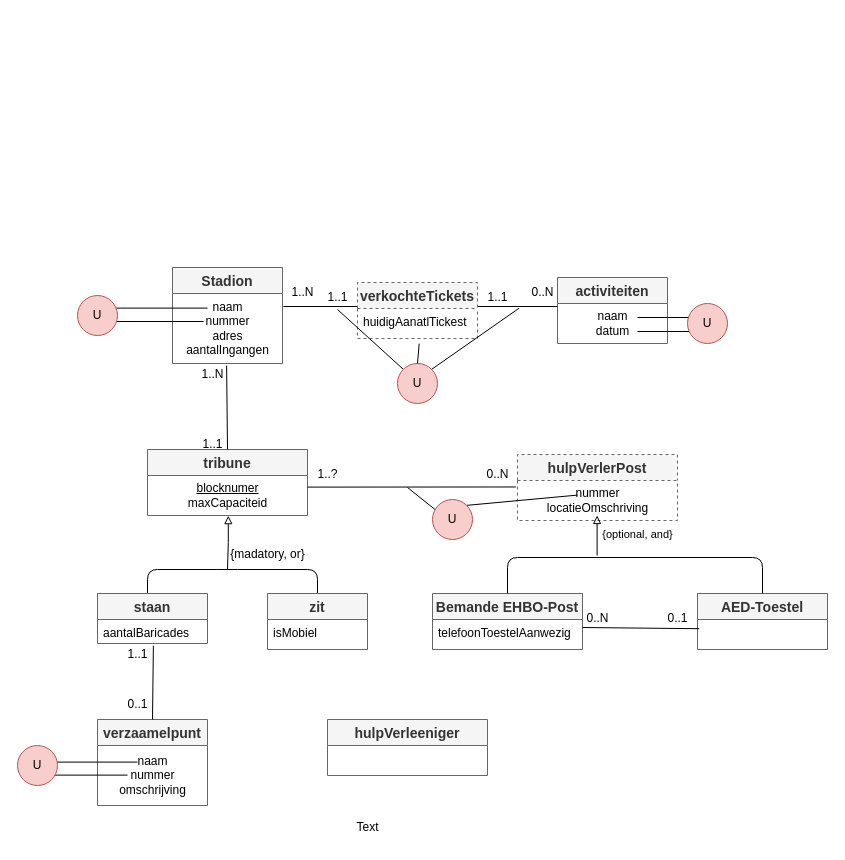
Earlier version of the draw.io diagram Databases/voorbeeld.drawio (RuneEerdekens/HoGent). Source tidied: cells renumbered, new cells numbered last; positions are measured from the earlier drawing's top-left corner, leaving out a move shared by most shapes. Both pictures are drawn from the tidied source at 100%, with x=0, y=0 at pixel (17, 267).
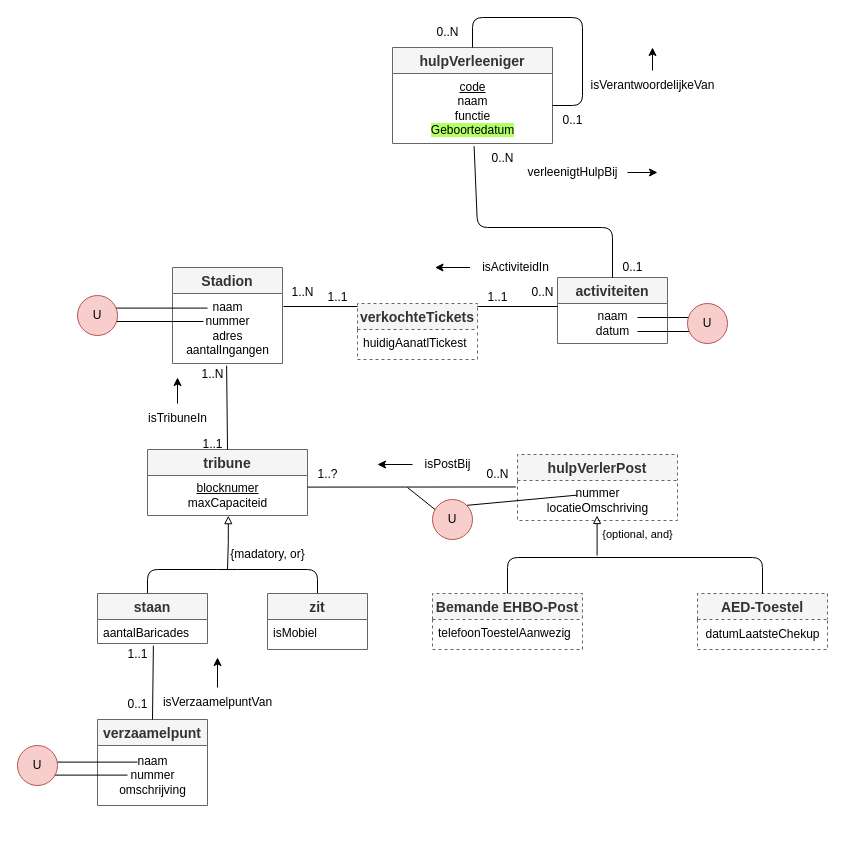
The same diagram, later.

Unchanged cells that the change refers to:
```xml
<mxCell id="6" value="activiteiten" style="swimlane;fontStyle=1;horizontal=1;startSize=26;align=center;fontSize=14;strokeColor=#666666;fillColor=#f5f5f5;fontColor=#333333;" parent="1" vertex="1">
  <mxGeometry x="540" y="10" width="110" height="66" as="geometry" />
</mxCell>
<mxCell id="30" value="0..N" style="text;html=1;align=center;verticalAlign=middle;points=[];strokeColor=none;fillColor=none;" parent="1" vertex="1">
  <mxGeometry x="500" y="10" width="50" height="30" as="geometry" />
</mxCell>
<mxCell id="32" value="huidigAanatlTickest" style="text;strokeColor=none;fillColor=none;spacingLeft=4;spacingRight=4;overflow=hidden;points=[[0,0.5],[1,0.5]];portConstraint=eastwest;fontSize=12;" parent="31" vertex="1">
  <mxGeometry y="26" width="120" height="30" as="geometry" />
</mxCell>
```

Change to the diagram source:
```diff
@@
     <mxCell id="31" value="verkochteTickets" style="swimlane;fontStyle=1;horizontal=1;startSize=26;align=center;fontSize=14;strokeColor=#666666;fillColor=#f5f5f5;fontColor=#333333;dashed=1;" parent="1" vertex="1">
-      <mxGeometry x="340" y="15" width="120" height="56" as="geometry" />
+      <mxGeometry x="340" y="36" width="120" height="56" as="geometry" />
     </mxCell>
@@
-    <mxCell id="33" style="edgeStyle=none;jettySize=auto;html=1;endArrow=none;endFill=0;entryX=0;entryY=0;entryDx=0;entryDy=0;" parent="1" edge="1" target="35">
-      <mxGeometry relative="1" as="geometry">
-        <mxPoint x="320" y="42" as="sourcePoint" />
-      </mxGeometry>
-    </mxCell>
-    <mxCell id="34" style="edgeStyle=none;jettySize=auto;html=1;endArrow=none;endFill=0;entryX=0.033;entryY=1.022;entryDx=0;entryDy=0;entryPerimeter=0;exitX=1;exitY=0;exitDx=0;exitDy=0;" parent="1" edge="1" source="35" target="30">
-      <mxGeometry relative="1" as="geometry" />
-    </mxCell>
-    <mxCell id="35" value="U" style="ellipse;whiteSpace=wrap;html=1;strokeColor=#b85450;fillColor=#f8cecc;" parent="1" vertex="1">
-      <mxGeometry x="380" y="96" width="40" height="40" as="geometry" />
-    </mxCell>
@@
-    <mxCell id="45" style="edgeStyle=none;jettySize=auto;html=1;endArrow=none;endFill=0;exitX=0.5;exitY=0;exitDx=0;exitDy=0;entryX=0.514;entryY=1.172;entryDx=0;entryDy=0;entryPerimeter=0;" parent="1" edge="1" source="35" target="32">
-      <mxGeometry relative="1" as="geometry" />
-    </mxCell>
-    <mxCell id="46" value="Bemande EHBO-Post" style="swimlane;fontStyle=1;horizontal=1;startSize=26;align=center;fontSize=14;strokeColor=#666666;fillColor=#f5f5f5;fontColor=#333333;" parent="1" vertex="1">
+    <mxCell id="46" value="Bemande EHBO-Post" style="swimlane;fontStyle=1;horizontal=1;startSize=26;align=center;fontSize=14;strokeColor=#666666;fillColor=#f5f5f5;fontColor=#333333;dashed=1;" parent="1" vertex="1">
       <mxGeometry x="415" y="326" width="150" height="56" as="geometry" />
     </mxCell>
@@
-    <mxCell id="48" value="AED-Toestel" style="swimlane;fontStyle=1;horizontal=1;startSize=26;align=center;fontSize=14;strokeColor=#666666;fillColor=#f5f5f5;fontColor=#333333;" parent="1" vertex="1">
+    <mxCell id="48" value="AED-Toestel" style="swimlane;fontStyle=1;horizontal=1;startSize=26;align=center;fontSize=14;strokeColor=#666666;fillColor=#f5f5f5;fontColor=#333333;dashed=1;" parent="1" vertex="1">
       <mxGeometry x="680" y="326" width="130" height="56" as="geometry" />
     </mxCell>
+    <mxCell id="62" value="datumLaatsteChekup" style="text;html=1;align=center;verticalAlign=middle;strokeColor=none;fillColor=none;" parent="48" vertex="1">
+      <mxGeometry y="26" width="130" height="30" as="geometry" />
+    </mxCell>
@@
-    <mxCell id="57" style="edgeStyle=none;orthogonalLoop=1;jettySize=auto;html=1;endArrow=none;endFill=0;entryX=0.013;entryY=0.306;entryDx=0;entryDy=0;entryPerimeter=0;" parent="1" edge="1">
-      <mxGeometry relative="1" as="geometry">
-        <mxPoint x="565" y="360" as="sourcePoint" />
-        <mxPoint x="681.7" y="361.2" as="targetPoint" />
-      </mxGeometry>
-    </mxCell>
-    <mxCell id="58" value="0..N" style="text;html=1;align=center;verticalAlign=middle;strokeColor=none;fillColor=none;" parent="1" vertex="1">
-      <mxGeometry x="555" y="336" width="50" height="30" as="geometry" />
-    </mxCell>
-    <mxCell id="59" value="0..1" style="text;html=1;align=center;verticalAlign=middle;strokeColor=none;fillColor=none;" parent="1" vertex="1">
-      <mxGeometry x="640" y="336" width="40" height="30" as="geometry" />
-    </mxCell>
     <mxCell id="60" value="hulpVerleeniger" style="swimlane;fontStyle=1;horizontal=1;startSize=26;align=center;fontSize=14;strokeColor=#666666;fillColor=#f5f5f5;fontColor=#333333;" parent="1" vertex="1">
-      <mxGeometry x="310" y="452" width="160" height="56" as="geometry" />
+      <mxGeometry x="375" y="-220" width="160" height="96" as="geometry" />
     </mxCell>
-    <mxCell id="61" value="Text" style="text;html=1;align=center;verticalAlign=middle;points=[];strokeColor=none;fillColor=none;" parent="1" vertex="1">
-      <mxGeometry x="325" y="545" width="50" height="30" as="geometry" />
+    <mxCell id="61" value="&lt;u&gt;code&lt;br&gt;&lt;/u&gt;naam&lt;br&gt;functie&lt;br&gt;&lt;span style=&quot;background-color: rgb(179, 255, 102);&quot;&gt;Geboortedatum&lt;/span&gt;" style="text;html=1;align=center;verticalAlign=middle;points=[];strokeColor=none;fillColor=none;" parent="60" vertex="1">
+      <mxGeometry y="26" width="160" height="70" as="geometry" />
     </mxCell>
+    <mxCell id="63" style="edgeStyle=none;jettySize=auto;html=1;endArrow=none;endFill=0;entryX=0.5;entryY=0;entryDx=0;entryDy=0;" parent="1" edge="1" target="60">
+      <mxGeometry relative="1" as="geometry">
+        <mxPoint x="535" y="-162" as="sourcePoint" />
+        <Array as="points">
+          <mxPoint x="565" y="-162" />
+          <mxPoint x="565" y="-250" />
+          <mxPoint x="455" y="-250" />
+        </Array>
+      </mxGeometry>
+    </mxCell>
+    <mxCell id="64" value="0..1" style="text;html=1;align=center;verticalAlign=middle;strokeColor=none;fillColor=none;" parent="1" vertex="1">
+      <mxGeometry x="535" y="-162" width="40" height="30" as="geometry" />
+    </mxCell>
+    <mxCell id="65" style="edgeStyle=none;html=1;endArrow=classic;endFill=1;" parent="1" edge="1" source="66">
+      <mxGeometry relative="1" as="geometry">
+        <mxPoint x="635" y="-220" as="targetPoint" />
+      </mxGeometry>
+    </mxCell>
+    <mxCell id="66" value="isVerantwoordelijkeVan" style="text;html=1;align=center;verticalAlign=middle;points=[];strokeColor=none;fillColor=none;" parent="1" vertex="1">
+      <mxGeometry x="560" y="-197" width="150" height="30" as="geometry" />
+    </mxCell>
+    <mxCell id="67" value="0..N" style="text;html=1;align=center;verticalAlign=middle;strokeColor=none;fillColor=none;" parent="1" vertex="1">
+      <mxGeometry x="405" y="-250" width="50" height="30" as="geometry" />
+    </mxCell>
+    <mxCell id="68" style="edgeStyle=none;jettySize=auto;html=1;endArrow=none;endFill=0;entryX=0.5;entryY=0;entryDx=0;entryDy=0;exitX=0.51;exitY=1.038;exitDx=0;exitDy=0;exitPerimeter=0;" parent="1" edge="1" source="61" target="6">
+      <mxGeometry relative="1" as="geometry">
+        <Array as="points">
+          <mxPoint x="460" y="-40" />
+          <mxPoint x="595" y="-40" />
+        </Array>
+      </mxGeometry>
+    </mxCell>
+    <mxCell id="69" value="0..1" style="text;html=1;align=center;verticalAlign=middle;strokeColor=none;fillColor=none;" parent="1" vertex="1">
+      <mxGeometry x="595" y="-15" width="40" height="30" as="geometry" />
+    </mxCell>
+    <mxCell id="70" value="0..N" style="text;html=1;align=center;verticalAlign=middle;strokeColor=none;fillColor=none;" parent="1" vertex="1">
+      <mxGeometry x="460" y="-124" width="50" height="30" as="geometry" />
+    </mxCell>
+    <mxCell id="71" style="edgeStyle=none;html=1;endArrow=classic;endFill=1;" parent="1" edge="1" source="72">
+      <mxGeometry relative="1" as="geometry">
+        <mxPoint x="640" y="-95" as="targetPoint" />
+      </mxGeometry>
+    </mxCell>
+    <mxCell id="72" value="verleenigtHulpBij" style="text;html=1;align=center;verticalAlign=middle;points=[];strokeColor=none;fillColor=none;" parent="1" vertex="1">
+      <mxGeometry x="500" y="-110" width="110" height="30" as="geometry" />
+    </mxCell>
+    <mxCell id="73" style="edgeStyle=none;html=1;endArrow=classic;endFill=1;" parent="1" edge="1" source="74">
+      <mxGeometry relative="1" as="geometry">
+        <mxPoint x="160" y="110" as="targetPoint" />
+      </mxGeometry>
+    </mxCell>
+    <mxCell id="74" value="isTribuneIn" style="text;html=1;align=center;verticalAlign=middle;points=[];strokeColor=none;fillColor=none;" parent="1" vertex="1">
+      <mxGeometry x="120" y="136" width="80" height="30" as="geometry" />
+    </mxCell>
+    <mxCell id="75" style="edgeStyle=none;html=1;endArrow=classic;endFill=1;" parent="1" edge="1" source="76">
+      <mxGeometry relative="1" as="geometry">
+        <mxPoint x="200" y="390" as="targetPoint" />
+      </mxGeometry>
+    </mxCell>
+    <mxCell id="76" value="isVerzaamelpuntVan" style="text;html=1;align=center;verticalAlign=middle;points=[];strokeColor=none;fillColor=none;" parent="1" vertex="1">
+      <mxGeometry x="135" y="420" width="130" height="30" as="geometry" />
+    </mxCell>
+    <mxCell id="77" style="edgeStyle=none;html=1;endArrow=classic;endFill=1;" parent="1" edge="1" source="78">
+      <mxGeometry relative="1" as="geometry">
+        <mxPoint x="360" y="197" as="targetPoint" />
+      </mxGeometry>
+    </mxCell>
+    <mxCell id="78" value="isPostBij" style="text;html=1;align=center;verticalAlign=middle;points=[];strokeColor=none;fillColor=none;" parent="1" vertex="1">
+      <mxGeometry x="395" y="182" width="70" height="30" as="geometry" />
+    </mxCell>
+    <mxCell id="79" style="edgeStyle=none;html=1;endArrow=classic;endFill=1;" parent="1" edge="1" source="80">
+      <mxGeometry relative="1" as="geometry">
+        <mxPoint x="417.5" as="targetPoint" />
+      </mxGeometry>
+    </mxCell>
+    <mxCell id="80" value="isActiviteidIn" style="text;html=1;align=center;verticalAlign=middle;points=[];strokeColor=none;fillColor=none;" parent="1" vertex="1">
+      <mxGeometry x="452.5" y="-15" width="90" height="30" as="geometry" />
+    </mxCell>
```
